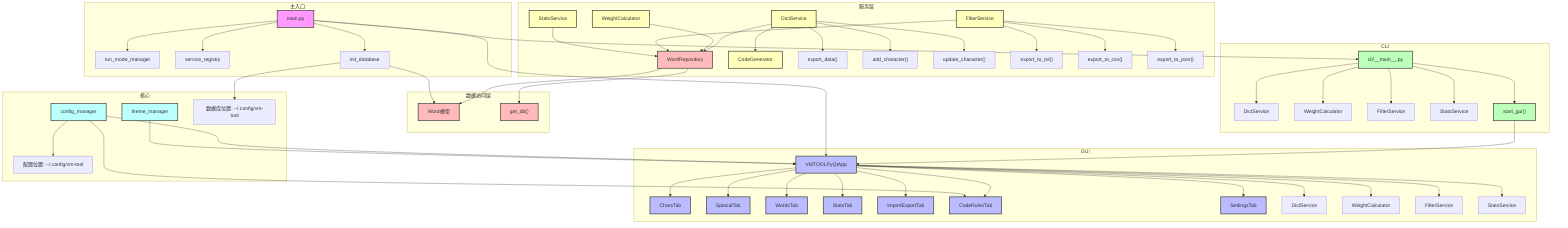
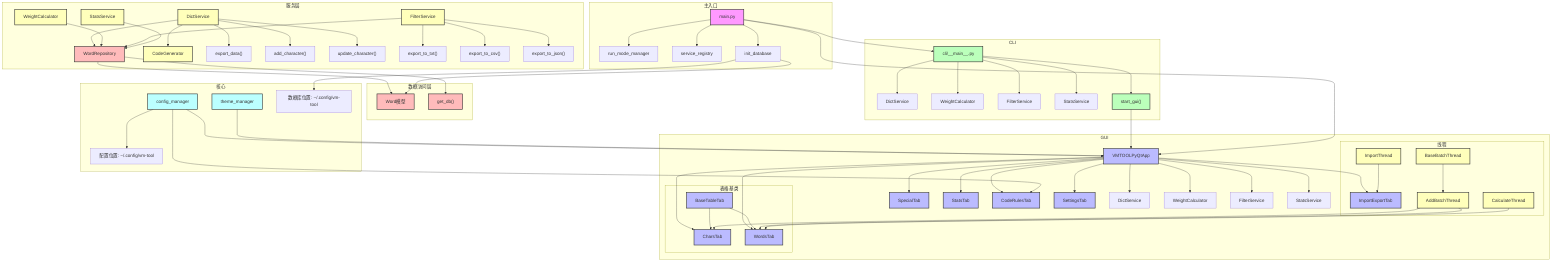
flowchart TD
    subgraph 主入口
        main["main.py"] --> run_mode["run_mode_manager"]
        main --> service_registry["service_registry"]
        main --> init_db["init_database"]
    end

    subgraph GUI
        VMTOOLPyQtApp["VMTOOLPyQtApp"] --> CharsTab["CharsTab"]
        VMTOOLPyQtApp --> SpecialTab["SpecialTab"]
        VMTOOLPyQtApp --> WordsTab["WordsTab"]
        VMTOOLPyQtApp --> StatsTab["StatsTab"]
        VMTOOLPyQtApp --> ImportExportTab["ImportExportTab"]
        VMTOOLPyQtApp --> CodeRulesTab["CodeRulesTab"]
        VMTOOLPyQtApp --> SettingsTab["SettingsTab"]
        VMTOOLPyQtApp --> DictService_GUI["DictService"]
        VMTOOLPyQtApp --> WeightCalculator_GUI["WeightCalculator"]
        VMTOOLPyQtApp --> FilterService_GUI["FilterService"]
        VMTOOLPyQtApp --> StatsService_GUI["StatsService"]
+ 
+         subgraph 表格基类
+             BaseTableTab["BaseTableTab"] --> WordsTab
+             BaseTableTab --> CharsTab
+         end
+ 
+         subgraph 线程
+             BaseBatchThread["BaseBatchThread"] --> AddBatchThread["AddBatchThread"]
+             AddBatchThread --> WordsTab
+             AddBatchThread --> CharsTab
+             ImportThread["ImportThread"] --> ImportExportTab
+             CalculateThread["CalculateThread"] --> WordsTab
+         end
    end

    subgraph CLI
        CLI_Main["cli/__main__.py"] --> DictService_CLI["DictService"]
        CLI_Main --> WeightCalculator_CLI["WeightCalculator"]
        CLI_Main --> FilterService_CLI["FilterService"]
        CLI_Main --> StatsService_CLI["StatsService"]
        CLI_Main --> start_gui["start_gui()"]
        start_gui --> VMTOOLPyQtApp
    end

    subgraph 服务层
        DictService["DictService"] --> WordRepository["WordRepository"]
        DictService --> CodeGenerator["CodeGenerator"]
        DictService --> export_data["export_data()"]
        DictService --> add_character["add_character()"]
        DictService --> update_character["update_character()"]
        WeightCalculator["WeightCalculator"] --> WordRepository
        FilterService["FilterService"] --> WordRepository
        FilterService --> export_to_txt["export_to_txt()"]
        FilterService --> export_to_csv["export_to_csv()"]
        FilterService --> export_to_json["export_to_json()"]
        StatsService["StatsService"] --> WordRepository
    end

    subgraph 数据访问层
        WordRepository --> Word["Word模型"]
        WordRepository --> get_db["get_db()"]
        init_db --> Word
    end

    subgraph 核心
        config_manager["config_manager"] --> VMTOOLPyQtApp
        config_manager --> CodeRulesTab
        theme_manager["theme_manager"] --> VMTOOLPyQtApp
        config_manager --> config_location["配置位置: ~/.config/vm-tool"]
        init_db --> db_location["数据库位置: ~/.config/vm-tool"]
    end

    main --> CLI_Main
    main --> VMTOOLPyQtApp

    classDef main fill:#f9f,stroke:#333,stroke-width:2px;
    classDef gui fill:#bbf,stroke:#333,stroke-width:2px;
    classDef cli fill:#bfb,stroke:#333,stroke-width:2px;
    classDef service fill:#ffb,stroke:#333,stroke-width:2px;
    classDef dal fill:#fbb,stroke:#333,stroke-width:2px;
    classDef core fill:#bff,stroke:#333,stroke-width:2px;

    class main main;
-     class VMTOOLPyQtApp,CharsTab,SpecialTab,WordsTab,StatsTab,ImportExportTab,CodeRulesTab,SettingsTab gui;
+     class VMTOOLPyQtApp,CharsTab,SpecialTab,WordsTab,StatsTab,ImportExportTab,CodeRulesTab,SettingsTab,BaseTableTab gui;
    class CLI_Main,start_gui cli;
    class DictService,WeightCalculator,FilterService,StatsService,CodeGenerator service;
    class WordRepository,Word,get_db,dal dal;
-     class config_manager,theme_manager core;+     class config_manager,theme_manager core;
+     class BaseBatchThread,AddBatchThread,ImportThread,CalculateThread service;